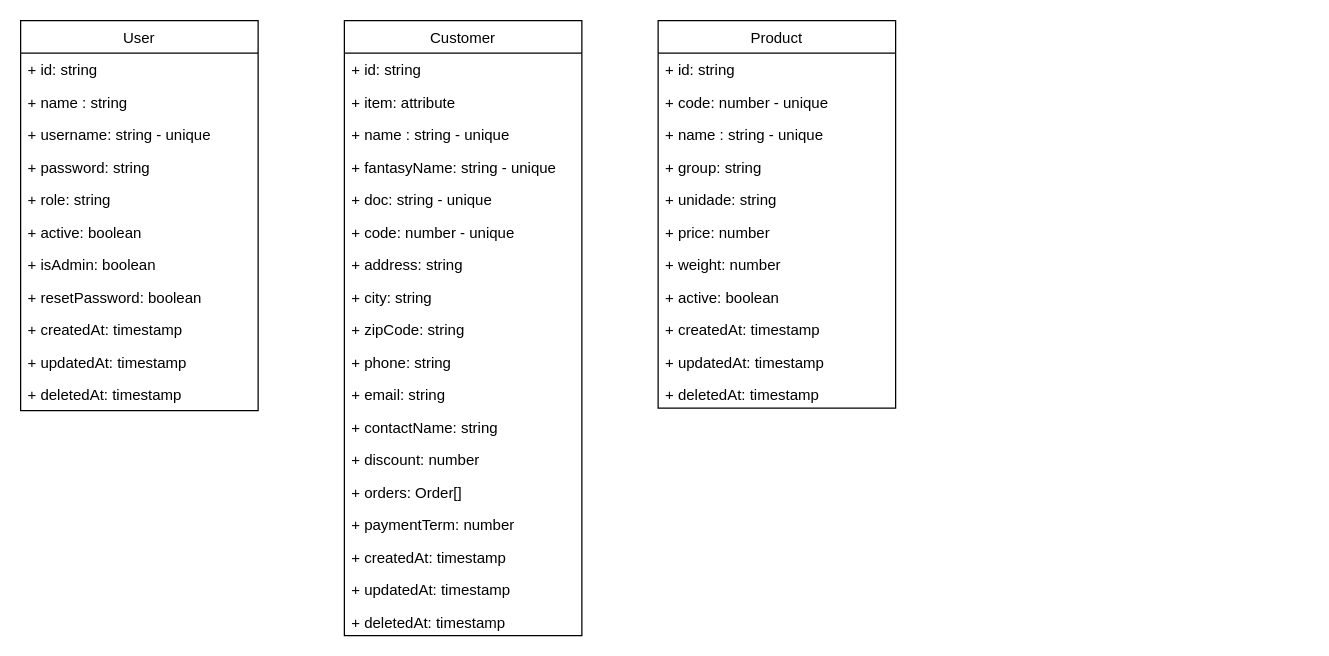
Earlier version of the draw.io diagram documentation/class-diagram.drawio (gabrielmrenno/erp_sales). Source tidied: cells renumbered, new cells numbered last; positions are measured from the earlier drawing's top-left corner, leaving out a move shared by most shapes. Both pictures are drawn from the tidied source at 125%, with x=0, y=0 at pixel (20, 20).
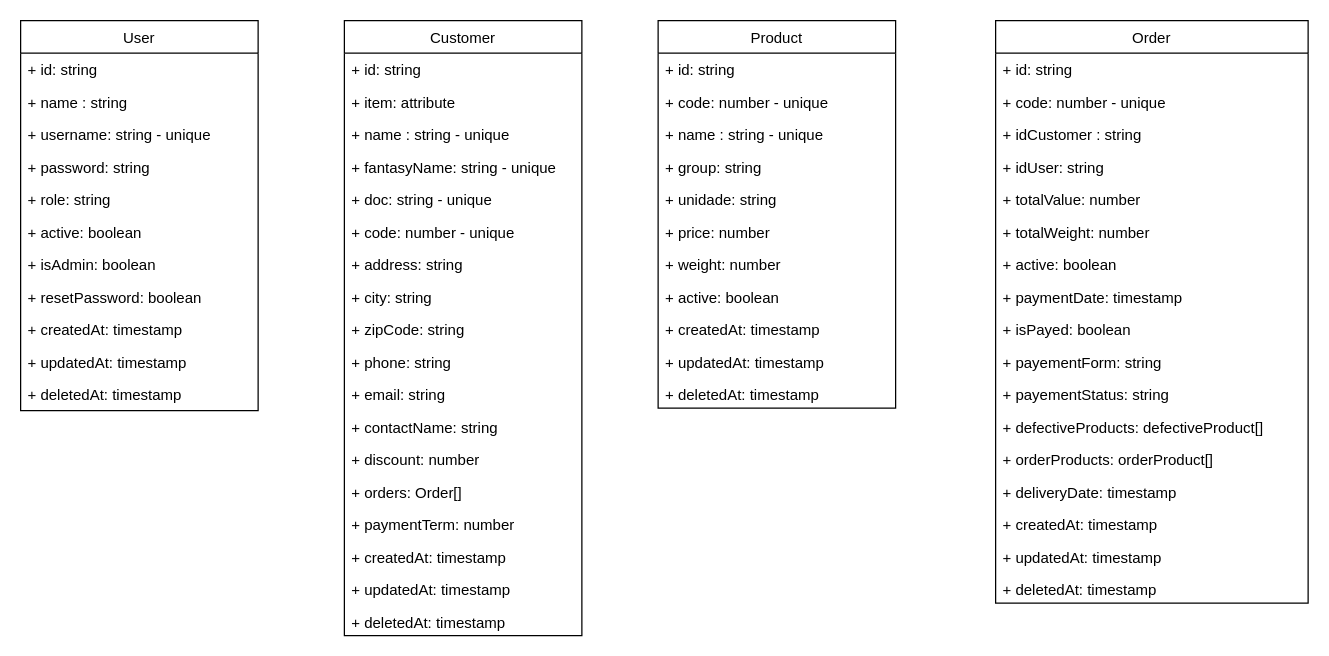
The same diagram, later.

Commit message (it also covers changes not shown here):
[ADD] Order table on class diagram, update Customer table and add list of payment delayed on use case diagram

What changed in the source:
```diff
@@
+    <mxCell id="45" value="Order" style="swimlane;fontStyle=0;horizontal=1;startSize=26;fillColor=none;" parent="1" vertex="1">
+      <mxGeometry x="780" width="250" height="466" as="geometry" />
+    </mxCell>
+    <mxCell id="46" value="+ id: string" style="text;strokeColor=none;fillColor=none;align=left;verticalAlign=top;spacingLeft=4;spacingRight=4;overflow=hidden;" parent="45" vertex="1">
+      <mxGeometry y="26" width="250" height="26" as="geometry" />
+    </mxCell>
+    <mxCell id="47" value="+ code: number - unique" style="text;strokeColor=none;fillColor=none;align=left;verticalAlign=top;spacingLeft=4;spacingRight=4;overflow=hidden;" parent="45" vertex="1">
+      <mxGeometry y="52" width="250" height="26" as="geometry" />
+    </mxCell>
+    <mxCell id="48" value="+ idCustomer : string" style="text;strokeColor=none;fillColor=none;align=left;verticalAlign=top;spacingLeft=4;spacingRight=4;overflow=hidden;" parent="45" vertex="1">
+      <mxGeometry y="78" width="250" height="26" as="geometry" />
+    </mxCell>
+    <mxCell id="49" value="+ idUser: string" style="text;strokeColor=none;fillColor=none;align=left;verticalAlign=top;spacingLeft=4;spacingRight=4;overflow=hidden;" parent="45" vertex="1">
+      <mxGeometry y="104" width="250" height="26" as="geometry" />
+    </mxCell>
+    <mxCell id="50" value="+ totalValue: number" style="text;strokeColor=none;fillColor=none;align=left;verticalAlign=top;spacingLeft=4;spacingRight=4;overflow=hidden;" parent="45" vertex="1">
+      <mxGeometry y="130" width="250" height="26" as="geometry" />
+    </mxCell>
+    <mxCell id="51" value="+ totalWeight: number" style="text;strokeColor=none;fillColor=none;align=left;verticalAlign=top;spacingLeft=4;spacingRight=4;overflow=hidden;" parent="45" vertex="1">
+      <mxGeometry y="156" width="250" height="26" as="geometry" />
+    </mxCell>
+    <mxCell id="52" value="+ active: boolean" style="text;strokeColor=none;fillColor=none;align=left;verticalAlign=top;spacingLeft=4;spacingRight=4;overflow=hidden;" parent="45" vertex="1">
+      <mxGeometry y="182" width="250" height="26" as="geometry" />
+    </mxCell>
+    <mxCell id="53" value="+ paymentDate: timestamp" style="text;strokeColor=none;fillColor=none;align=left;verticalAlign=top;spacingLeft=4;spacingRight=4;overflow=hidden;" parent="45" vertex="1">
+      <mxGeometry y="208" width="250" height="26" as="geometry" />
+    </mxCell>
+    <mxCell id="54" value="+ isPayed: boolean" style="text;strokeColor=none;fillColor=none;align=left;verticalAlign=top;spacingLeft=4;spacingRight=4;overflow=hidden;" parent="45" vertex="1">
+      <mxGeometry y="234" width="250" height="26" as="geometry" />
+    </mxCell>
+    <mxCell id="55" value="+ payementForm: string" style="text;strokeColor=none;fillColor=none;align=left;verticalAlign=top;spacingLeft=4;spacingRight=4;overflow=hidden;" parent="45" vertex="1">
+      <mxGeometry y="260" width="250" height="26" as="geometry" />
+    </mxCell>
+    <mxCell id="56" value="+ payementStatus: string" style="text;strokeColor=none;fillColor=none;align=left;verticalAlign=top;spacingLeft=4;spacingRight=4;overflow=hidden;" parent="45" vertex="1">
+      <mxGeometry y="286" width="250" height="26" as="geometry" />
+    </mxCell>
+    <mxCell id="57" value="+ defectiveProducts: defectiveProduct[]" style="text;strokeColor=none;fillColor=none;align=left;verticalAlign=top;spacingLeft=4;spacingRight=4;overflow=hidden;" parent="45" vertex="1">
+      <mxGeometry y="312" width="250" height="26" as="geometry" />
+    </mxCell>
+    <mxCell id="58" value="+ orderProducts: orderProduct[]" style="text;strokeColor=none;fillColor=none;align=left;verticalAlign=top;spacingLeft=4;spacingRight=4;overflow=hidden;" parent="45" vertex="1">
+      <mxGeometry y="338" width="250" height="26" as="geometry" />
+    </mxCell>
+    <mxCell id="59" value="+ deliveryDate: timestamp" style="text;strokeColor=none;fillColor=none;align=left;verticalAlign=top;spacingLeft=4;spacingRight=4;overflow=hidden;" parent="45" vertex="1">
+      <mxGeometry y="364" width="250" height="26" as="geometry" />
+    </mxCell>
+    <mxCell id="60" value="+ createdAt: timestamp" style="text;strokeColor=none;fillColor=none;align=left;verticalAlign=top;spacingLeft=4;spacingRight=4;overflow=hidden;" parent="45" vertex="1">
+      <mxGeometry y="390" width="250" height="26" as="geometry" />
+    </mxCell>
+    <mxCell id="61" value="+ updatedAt: timestamp" style="text;strokeColor=none;fillColor=none;align=left;verticalAlign=top;spacingLeft=4;spacingRight=4;overflow=hidden;" parent="45" vertex="1">
+      <mxGeometry y="416" width="250" height="26" as="geometry" />
+    </mxCell>
+    <mxCell id="62" value="+ deletedAt: timestamp" style="text;strokeColor=none;fillColor=none;align=left;verticalAlign=top;spacingLeft=4;spacingRight=4;overflow=hidden;" parent="45" vertex="1">
+      <mxGeometry y="442" width="250" height="24" as="geometry" />
+    </mxCell>
```
